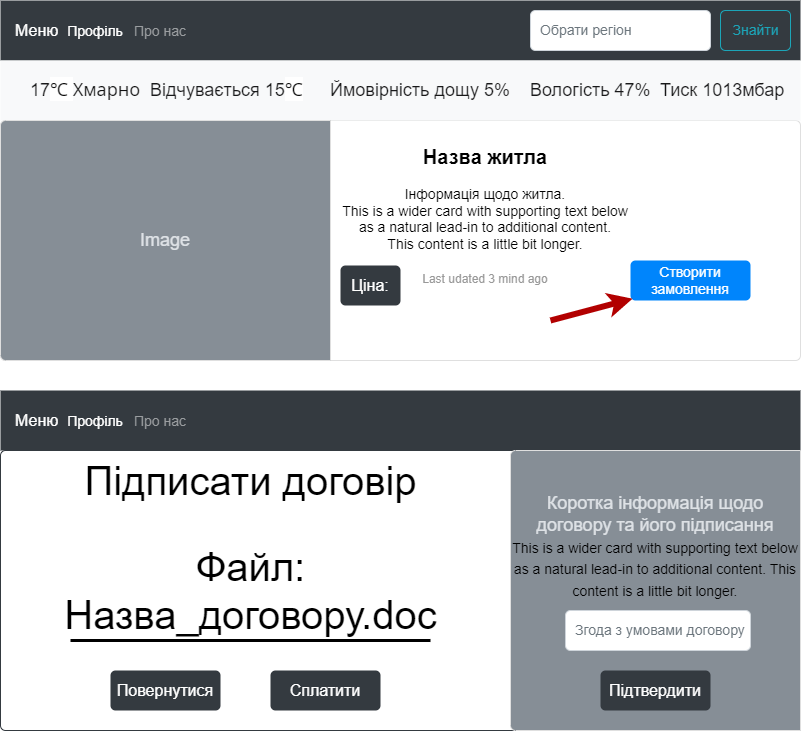
This is 2-SoftwareDesign/2.8-TestCases/NFR2.drawio.png from oleksandrblazhko/ai202-nezhivih, a draw.io export, as it was before one commit. Source tidied: cells renumbered, new cells last; positions are measured from the earlier drawing's top-left corner, leaving out a move shared by most shapes. The source it was exported from:
```xml
<mxGraphModel>
  <root>
    <mxCell id="0" style="html=1;" />
    <mxCell id="1" style="html=1;" parent="0" />
    <mxCell id="2" value="&lt;b&gt;&lt;font style=&quot;font-size: 20px&quot;&gt;Назва житла&lt;/font&gt;&lt;/b&gt;&lt;br&gt;&lt;br&gt;Інформація щодо житла.&lt;br&gt;This is a wider card with supporting text below &lt;br&gt;as a natural lead-in to additional content. &lt;br&gt;This content is a little bit longer.&lt;br&gt;&lt;br&gt;&lt;font style=&quot;font-size: 12px&quot; color=&quot;#999999&quot;&gt;Last udated 3 mind ago&lt;/font&gt;" style="html=1;shadow=0;dashed=0;shape=mxgraph.bootstrap.rrect;rSize=5;strokeColor=#DFDFDF;html=1;whiteSpace=wrap;fillColor=#ffffff;fontColor=#000000;verticalAlign=top;align=center;spacing=20;fontSize=14;spacingLeft=170;" parent="1" vertex="1">
      <mxGeometry y="120" width="800" height="240" as="geometry" />
    </mxCell>
    <mxCell id="3" value="Меню" style="html=1;shadow=0;dashed=0;fillColor=#343A40;strokeColor=none;fontSize=16;fontColor=#ffffff;align=left;spacing=15;" parent="1" vertex="1">
      <mxGeometry width="800" height="60" as="geometry" />
    </mxCell>
    <mxCell id="4" value="Профіль" style="fillColor=none;strokeColor=none;fontSize=14;fontColor=#ffffff;align=center;" parent="3" vertex="1">
      <mxGeometry width="70" height="40" relative="1" as="geometry">
        <mxPoint x="60" y="10" as="offset" />
      </mxGeometry>
    </mxCell>
    <mxCell id="5" value="Про нас" style="fillColor=none;strokeColor=none;fontSize=14;fontColor=#9A9DA0;align=center;" parent="3" vertex="1">
      <mxGeometry width="80" height="40" relative="1" as="geometry">
        <mxPoint x="120" y="10" as="offset" />
      </mxGeometry>
    </mxCell>
    <mxCell id="6" value="Знайти" style="html=1;shadow=0;dashed=0;shape=mxgraph.bootstrap.rrect;rSize=5;fontSize=14;fontColor=#1CA5B8;strokeColor=#1CA5B8;fillColor=none;" parent="3" vertex="1">
      <mxGeometry x="1" width="70" height="40" relative="1" as="geometry">
        <mxPoint x="-80" y="10" as="offset" />
      </mxGeometry>
    </mxCell>
    <mxCell id="7" value="Обрати регіон" style="html=1;shadow=0;dashed=0;shape=mxgraph.bootstrap.rrect;rSize=5;fontSize=14;fontColor=#6C767D;strokeColor=#CED4DA;fillColor=#ffffff;align=left;spacing=10;" parent="3" vertex="1">
      <mxGeometry x="1" width="180" height="40" relative="1" as="geometry">
        <mxPoint x="-270" y="10" as="offset" />
      </mxGeometry>
    </mxCell>
    <mxCell id="8" style="html=1;shadow=0;dashed=0;fillColor=#F8F9FA;strokeColor=none;fontSize=16;fontColor=#7C7C7D;align=right;spacing=15;" parent="1" vertex="1">
      <mxGeometry y="60" width="800" height="60" as="geometry" />
    </mxCell>
    <mxCell id="9" value="&lt;font style=&quot;font-size: 18px;&quot;&gt;17&lt;span style=&quot;background-color: rgb(255, 255, 255); color: rgb(17, 17, 17); font-family: Roboto, &amp;quot;Noto Sans&amp;quot;, sans-serif;&quot;&gt;℃&amp;nbsp;&lt;/span&gt;&lt;font style=&quot;font-size: 18px;&quot; face=&quot;Roboto, Noto Sans, sans-serif&quot; color=&quot;#111111&quot;&gt;Хмарно&lt;/font&gt;&lt;/font&gt;" style="strokeColor=none;html=1;whiteSpace=wrap;fillColor=none;fontColor=#181819;align=left;fontSize=16;spacing=10;" parent="8" vertex="1">
      <mxGeometry width="130" height="40" relative="1" as="geometry">
        <mxPoint x="20" y="10" as="offset" />
      </mxGeometry>
    </mxCell>
    <mxCell id="10" value="&lt;font style=&quot;font-size: 18px;&quot;&gt;Тиск 1013мбар&lt;/font&gt;" style="strokeColor=none;html=1;whiteSpace=wrap;fillColor=none;fontColor=#181819;align=left;fontSize=14;spacing=10;" parent="8" vertex="1">
      <mxGeometry width="150" height="40" relative="1" as="geometry">
        <mxPoint x="650" y="10" as="offset" />
      </mxGeometry>
    </mxCell>
    <mxCell id="11" value="&lt;font style=&quot;font-size: 18px;&quot;&gt;&lt;span style=&quot;color: rgb(24, 24, 25);&quot;&gt;Відчувається 15&lt;/span&gt;&lt;span style=&quot;color: rgb(17, 17, 17); font-family: Roboto, &amp;quot;Noto Sans&amp;quot;, sans-serif; background-color: rgb(255, 255, 255);&quot;&gt;℃&lt;/span&gt;&lt;/font&gt;" style="strokeColor=none;html=1;whiteSpace=wrap;fillColor=none;fontColor=#7C7C7D;align=left;fontSize=14;spacing=10;" parent="8" vertex="1">
      <mxGeometry width="180" height="40" relative="1" as="geometry">
        <mxPoint x="140" y="10" as="offset" />
      </mxGeometry>
    </mxCell>
    <mxCell id="12" value="&lt;span style=&quot;color: rgb(24, 24, 25);&quot;&gt;&lt;font style=&quot;font-size: 18px;&quot;&gt;Ймовірність дощу 5%&lt;/font&gt;&lt;/span&gt;" style="strokeColor=none;html=1;whiteSpace=wrap;fillColor=none;fontColor=#7C7C7D;align=left;fontSize=14;spacing=10;" parent="8" vertex="1">
      <mxGeometry width="200" height="40" relative="1" as="geometry">
        <mxPoint x="320" y="10" as="offset" />
      </mxGeometry>
    </mxCell>
    <mxCell id="13" value="&lt;span style=&quot;color: rgb(24, 24, 25);&quot;&gt;&lt;font style=&quot;font-size: 18px;&quot;&gt;Вологість 47%&lt;/font&gt;&lt;/span&gt;" style="strokeColor=none;html=1;whiteSpace=wrap;fillColor=none;fontColor=#7C7C7D;align=left;fontSize=14;spacing=10;" parent="8" vertex="1">
      <mxGeometry x="520" y="10" width="140" height="40" as="geometry" />
    </mxCell>
    <mxCell id="14" value="Створити замовлення" style="html=1;shadow=0;dashed=0;shape=mxgraph.bootstrap.rrect;rSize=5;perimeter=none;whiteSpace=wrap;fillColor=#0085FC;strokeColor=none;fontColor=#ffffff;fontSize=14;" parent="1" vertex="1">
      <mxGeometry x="630" y="260" width="120" height="40" as="geometry" />
    </mxCell>
    <mxCell id="15" value="Image" style="html=1;shadow=0;dashed=0;shape=mxgraph.bootstrap.leftButton;rSize=5;perimeter=none;whiteSpace=wrap;fillColor=#868E96;strokeColor=#DFDFDF;fontColor=#DEE2E6;fontSize=18;" parent="1" vertex="1">
      <mxGeometry y="120" width="330" height="240" as="geometry" />
    </mxCell>
    <mxCell id="16" value="Ціна:" style="html=1;shadow=0;dashed=0;shape=mxgraph.bootstrap.rrect;rSize=5;strokeColor=none;strokeWidth=1;fillColor=#343A40;fontColor=#ffffff;whiteSpace=wrap;align=center;verticalAlign=middle;spacingLeft=0;fontStyle=0;fontSize=16;spacing=5;" parent="1" vertex="1">
      <mxGeometry x="340" y="265" width="60" height="40" as="geometry" />
    </mxCell>
    <mxCell id="17" value="Меню" style="html=1;shadow=0;dashed=0;fillColor=#343A40;strokeColor=none;fontSize=16;fontColor=#ffffff;align=left;spacing=15;" parent="1" vertex="1">
      <mxGeometry y="390" width="800" height="60" as="geometry" />
    </mxCell>
    <mxCell id="18" value="Профіль" style="fillColor=none;strokeColor=none;fontSize=14;fontColor=#ffffff;align=center;" parent="17" vertex="1">
      <mxGeometry width="70" height="40" relative="1" as="geometry">
        <mxPoint x="60" y="10" as="offset" />
      </mxGeometry>
    </mxCell>
    <mxCell id="19" value="Про нас" style="fillColor=none;strokeColor=none;fontSize=14;fontColor=#9A9DA0;align=center;" parent="17" vertex="1">
      <mxGeometry width="80" height="40" relative="1" as="geometry">
        <mxPoint x="120" y="10" as="offset" />
      </mxGeometry>
    </mxCell>
    <mxCell id="20" style="html=1;shadow=0;dashed=0;shape=mxgraph.bootstrap.rrect;rSize=5;strokeColor=#343A40;strokeWidth=1;fillColor=none;fontColor=#343A40;whiteSpace=wrap;align=center;verticalAlign=middle;spacingLeft=0;fontStyle=0;fontSize=16;spacing=5;" parent="1" vertex="1">
      <mxGeometry y="450" width="800" height="280" as="geometry" />
    </mxCell>
    <mxCell id="21" value="&lt;font style=&quot;font-size: 40px;&quot;&gt;Підписати договір&lt;/font&gt;" style="text;html=1;align=center;verticalAlign=middle;strokeColor=none;fillColor=none;" parent="1" vertex="1">
      <mxGeometry x="70" y="450" width="360" height="60" as="geometry" />
    </mxCell>
    <mxCell id="22" value="Коротка інформація щодо договору та його підписання&lt;br&gt;&lt;span style=&quot;color: rgb(0, 0, 0); font-size: 14px; text-align: left;&quot;&gt;This is a wider card with supporting text below as a natural lead-in to additional content. This content is a little bit longer.&lt;br&gt;&lt;br&gt;&lt;br&gt;&lt;br&gt;&lt;br&gt;&lt;/span&gt;" style="html=1;shadow=0;dashed=0;shape=mxgraph.bootstrap.leftButton;rSize=5;perimeter=none;whiteSpace=wrap;fillColor=#868E96;strokeColor=#DFDFDF;fontColor=#DEE2E6;fontSize=18;" parent="1" vertex="1">
      <mxGeometry x="510" y="450" width="290" height="280" as="geometry" />
    </mxCell>
    <mxCell id="23" value="Файл:&lt;br&gt;Назва_договору.doc" style="text;html=1;align=center;verticalAlign=middle;strokeColor=none;fillColor=none;fontSize=40;" parent="1" vertex="1">
      <mxGeometry x="50" y="535" width="400" height="110" as="geometry" />
    </mxCell>
    <mxCell id="24" value="Повернутися" style="html=1;shadow=0;dashed=0;shape=mxgraph.bootstrap.rrect;rSize=5;strokeColor=none;strokeWidth=1;fillColor=#343A40;fontColor=#ffffff;whiteSpace=wrap;align=center;verticalAlign=middle;spacingLeft=0;fontStyle=0;fontSize=16;spacing=5;" parent="1" vertex="1">
      <mxGeometry x="110" y="670" width="110" height="40" as="geometry" />
    </mxCell>
    <mxCell id="25" value="Сплатити" style="html=1;shadow=0;dashed=0;shape=mxgraph.bootstrap.rrect;rSize=5;strokeColor=none;strokeWidth=1;fillColor=#343A40;fontColor=#ffffff;whiteSpace=wrap;align=center;verticalAlign=middle;spacingLeft=0;fontStyle=0;fontSize=16;spacing=5;" parent="1" vertex="1">
      <mxGeometry x="270" y="670" width="110" height="40" as="geometry" />
    </mxCell>
    <mxCell id="26" style="endArrow=classic;html=1;rounded=0;fontSize=40;entryX=0.017;entryY=0.955;entryDx=0;entryDy=0;entryPerimeter=0;fillColor=#e51400;strokeColor=#B20000;strokeWidth=6;" parent="1" edge="1" target="14">
      <mxGeometry relative="1" as="geometry">
        <mxPoint x="550" y="320" as="sourcePoint" />
      </mxGeometry>
    </mxCell>
    <mxCell id="27" style="endArrow=none;html=1;rounded=0;strokeWidth=3;fontSize=40;" parent="1" edge="1">
      <mxGeometry relative="1" as="geometry">
        <mxPoint x="70" y="640" as="sourcePoint" />
        <mxPoint x="430" y="640" as="targetPoint" />
        <Array as="points">
          <mxPoint x="260" y="640" />
        </Array>
      </mxGeometry>
    </mxCell>
    <mxCell id="28" value="Згода з умовами договору" style="html=1;shadow=0;dashed=0;shape=mxgraph.bootstrap.rrect;rSize=5;fontSize=14;fontColor=#6C767D;strokeColor=#CED4DA;fillColor=#ffffff;align=left;spacing=10;" parent="1" vertex="1">
      <mxGeometry x="565" y="610" width="185" height="40" as="geometry" />
    </mxCell>
    <mxCell id="29" value="Підтвердити" style="html=1;shadow=0;dashed=0;shape=mxgraph.bootstrap.rrect;rSize=5;strokeColor=none;strokeWidth=1;fillColor=#343A40;fontColor=#ffffff;whiteSpace=wrap;align=center;verticalAlign=middle;spacingLeft=0;fontStyle=0;fontSize=16;spacing=5;" parent="1" vertex="1">
      <mxGeometry x="600" y="670" width="110" height="40" as="geometry" />
    </mxCell>
  </root>
</mxGraphModel>
```
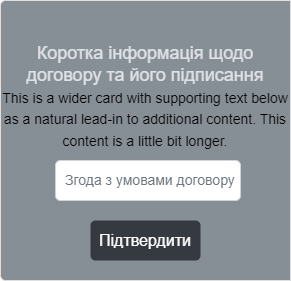
The same file after the commit.

The edit, as a diff of the source:
```diff
@@ -2,112 +2,9 @@
   <root>
     <mxCell id="0" style="html=1;" />
     <mxCell id="1" style="html=1;" parent="0" />
-    <mxCell id="2" value="&lt;b&gt;&lt;font style=&quot;font-size: 20px&quot;&gt;Назва житла&lt;/font&gt;&lt;/b&gt;&lt;br&gt;&lt;br&gt;Інформація щодо житла.&lt;br&gt;This is a wider card with supporting text below &lt;br&gt;as a natural lead-in to additional content. &lt;br&gt;This content is a little bit longer.&lt;br&gt;&lt;br&gt;&lt;font style=&quot;font-size: 12px&quot; color=&quot;#999999&quot;&gt;Last udated 3 mind ago&lt;/font&gt;" style="html=1;shadow=0;dashed=0;shape=mxgraph.bootstrap.rrect;rSize=5;strokeColor=#DFDFDF;html=1;whiteSpace=wrap;fillColor=#ffffff;fontColor=#000000;verticalAlign=top;align=center;spacing=20;fontSize=14;spacingLeft=170;" parent="1" vertex="1">
-      <mxGeometry y="120" width="800" height="240" as="geometry" />
-    </mxCell>
-    <mxCell id="3" value="Меню" style="html=1;shadow=0;dashed=0;fillColor=#343A40;strokeColor=none;fontSize=16;fontColor=#ffffff;align=left;spacing=15;" parent="1" vertex="1">
-      <mxGeometry width="800" height="60" as="geometry" />
-    </mxCell>
-    <mxCell id="4" value="Профіль" style="fillColor=none;strokeColor=none;fontSize=14;fontColor=#ffffff;align=center;" parent="3" vertex="1">
-      <mxGeometry width="70" height="40" relative="1" as="geometry">
-        <mxPoint x="60" y="10" as="offset" />
-      </mxGeometry>
-    </mxCell>
-    <mxCell id="5" value="Про нас" style="fillColor=none;strokeColor=none;fontSize=14;fontColor=#9A9DA0;align=center;" parent="3" vertex="1">
-      <mxGeometry width="80" height="40" relative="1" as="geometry">
-        <mxPoint x="120" y="10" as="offset" />
-      </mxGeometry>
-    </mxCell>
-    <mxCell id="6" value="Знайти" style="html=1;shadow=0;dashed=0;shape=mxgraph.bootstrap.rrect;rSize=5;fontSize=14;fontColor=#1CA5B8;strokeColor=#1CA5B8;fillColor=none;" parent="3" vertex="1">
-      <mxGeometry x="1" width="70" height="40" relative="1" as="geometry">
-        <mxPoint x="-80" y="10" as="offset" />
-      </mxGeometry>
-    </mxCell>
-    <mxCell id="7" value="Обрати регіон" style="html=1;shadow=0;dashed=0;shape=mxgraph.bootstrap.rrect;rSize=5;fontSize=14;fontColor=#6C767D;strokeColor=#CED4DA;fillColor=#ffffff;align=left;spacing=10;" parent="3" vertex="1">
-      <mxGeometry x="1" width="180" height="40" relative="1" as="geometry">
-        <mxPoint x="-270" y="10" as="offset" />
-      </mxGeometry>
-    </mxCell>
-    <mxCell id="8" style="html=1;shadow=0;dashed=0;fillColor=#F8F9FA;strokeColor=none;fontSize=16;fontColor=#7C7C7D;align=right;spacing=15;" parent="1" vertex="1">
-      <mxGeometry y="60" width="800" height="60" as="geometry" />
-    </mxCell>
-    <mxCell id="9" value="&lt;font style=&quot;font-size: 18px;&quot;&gt;17&lt;span style=&quot;background-color: rgb(255, 255, 255); color: rgb(17, 17, 17); font-family: Roboto, &amp;quot;Noto Sans&amp;quot;, sans-serif;&quot;&gt;℃&amp;nbsp;&lt;/span&gt;&lt;font style=&quot;font-size: 18px;&quot; face=&quot;Roboto, Noto Sans, sans-serif&quot; color=&quot;#111111&quot;&gt;Хмарно&lt;/font&gt;&lt;/font&gt;" style="strokeColor=none;html=1;whiteSpace=wrap;fillColor=none;fontColor=#181819;align=left;fontSize=16;spacing=10;" parent="8" vertex="1">
-      <mxGeometry width="130" height="40" relative="1" as="geometry">
-        <mxPoint x="20" y="10" as="offset" />
-      </mxGeometry>
-    </mxCell>
-    <mxCell id="10" value="&lt;font style=&quot;font-size: 18px;&quot;&gt;Тиск 1013мбар&lt;/font&gt;" style="strokeColor=none;html=1;whiteSpace=wrap;fillColor=none;fontColor=#181819;align=left;fontSize=14;spacing=10;" parent="8" vertex="1">
-      <mxGeometry width="150" height="40" relative="1" as="geometry">
-        <mxPoint x="650" y="10" as="offset" />
-      </mxGeometry>
-    </mxCell>
-    <mxCell id="11" value="&lt;font style=&quot;font-size: 18px;&quot;&gt;&lt;span style=&quot;color: rgb(24, 24, 25);&quot;&gt;Відчувається 15&lt;/span&gt;&lt;span style=&quot;color: rgb(17, 17, 17); font-family: Roboto, &amp;quot;Noto Sans&amp;quot;, sans-serif; background-color: rgb(255, 255, 255);&quot;&gt;℃&lt;/span&gt;&lt;/font&gt;" style="strokeColor=none;html=1;whiteSpace=wrap;fillColor=none;fontColor=#7C7C7D;align=left;fontSize=14;spacing=10;" parent="8" vertex="1">
-      <mxGeometry width="180" height="40" relative="1" as="geometry">
-        <mxPoint x="140" y="10" as="offset" />
-      </mxGeometry>
-    </mxCell>
-    <mxCell id="12" value="&lt;span style=&quot;color: rgb(24, 24, 25);&quot;&gt;&lt;font style=&quot;font-size: 18px;&quot;&gt;Ймовірність дощу 5%&lt;/font&gt;&lt;/span&gt;" style="strokeColor=none;html=1;whiteSpace=wrap;fillColor=none;fontColor=#7C7C7D;align=left;fontSize=14;spacing=10;" parent="8" vertex="1">
-      <mxGeometry width="200" height="40" relative="1" as="geometry">
-        <mxPoint x="320" y="10" as="offset" />
-      </mxGeometry>
-    </mxCell>
-    <mxCell id="13" value="&lt;span style=&quot;color: rgb(24, 24, 25);&quot;&gt;&lt;font style=&quot;font-size: 18px;&quot;&gt;Вологість 47%&lt;/font&gt;&lt;/span&gt;" style="strokeColor=none;html=1;whiteSpace=wrap;fillColor=none;fontColor=#7C7C7D;align=left;fontSize=14;spacing=10;" parent="8" vertex="1">
-      <mxGeometry x="520" y="10" width="140" height="40" as="geometry" />
-    </mxCell>
-    <mxCell id="14" value="Створити замовлення" style="html=1;shadow=0;dashed=0;shape=mxgraph.bootstrap.rrect;rSize=5;perimeter=none;whiteSpace=wrap;fillColor=#0085FC;strokeColor=none;fontColor=#ffffff;fontSize=14;" parent="1" vertex="1">
-      <mxGeometry x="630" y="260" width="120" height="40" as="geometry" />
-    </mxCell>
-    <mxCell id="15" value="Image" style="html=1;shadow=0;dashed=0;shape=mxgraph.bootstrap.leftButton;rSize=5;perimeter=none;whiteSpace=wrap;fillColor=#868E96;strokeColor=#DFDFDF;fontColor=#DEE2E6;fontSize=18;" parent="1" vertex="1">
-      <mxGeometry y="120" width="330" height="240" as="geometry" />
-    </mxCell>
-    <mxCell id="16" value="Ціна:" style="html=1;shadow=0;dashed=0;shape=mxgraph.bootstrap.rrect;rSize=5;strokeColor=none;strokeWidth=1;fillColor=#343A40;fontColor=#ffffff;whiteSpace=wrap;align=center;verticalAlign=middle;spacingLeft=0;fontStyle=0;fontSize=16;spacing=5;" parent="1" vertex="1">
-      <mxGeometry x="340" y="265" width="60" height="40" as="geometry" />
-    </mxCell>
-    <mxCell id="17" value="Меню" style="html=1;shadow=0;dashed=0;fillColor=#343A40;strokeColor=none;fontSize=16;fontColor=#ffffff;align=left;spacing=15;" parent="1" vertex="1">
-      <mxGeometry y="390" width="800" height="60" as="geometry" />
-    </mxCell>
-    <mxCell id="18" value="Профіль" style="fillColor=none;strokeColor=none;fontSize=14;fontColor=#ffffff;align=center;" parent="17" vertex="1">
-      <mxGeometry width="70" height="40" relative="1" as="geometry">
-        <mxPoint x="60" y="10" as="offset" />
-      </mxGeometry>
-    </mxCell>
-    <mxCell id="19" value="Про нас" style="fillColor=none;strokeColor=none;fontSize=14;fontColor=#9A9DA0;align=center;" parent="17" vertex="1">
-      <mxGeometry width="80" height="40" relative="1" as="geometry">
-        <mxPoint x="120" y="10" as="offset" />
-      </mxGeometry>
-    </mxCell>
-    <mxCell id="20" style="html=1;shadow=0;dashed=0;shape=mxgraph.bootstrap.rrect;rSize=5;strokeColor=#343A40;strokeWidth=1;fillColor=none;fontColor=#343A40;whiteSpace=wrap;align=center;verticalAlign=middle;spacingLeft=0;fontStyle=0;fontSize=16;spacing=5;" parent="1" vertex="1">
-      <mxGeometry y="450" width="800" height="280" as="geometry" />
-    </mxCell>
-    <mxCell id="21" value="&lt;font style=&quot;font-size: 40px;&quot;&gt;Підписати договір&lt;/font&gt;" style="text;html=1;align=center;verticalAlign=middle;strokeColor=none;fillColor=none;" parent="1" vertex="1">
-      <mxGeometry x="70" y="450" width="360" height="60" as="geometry" />
-    </mxCell>
     <mxCell id="22" value="Коротка інформація щодо договору та його підписання&lt;br&gt;&lt;span style=&quot;color: rgb(0, 0, 0); font-size: 14px; text-align: left;&quot;&gt;This is a wider card with supporting text below as a natural lead-in to additional content. This content is a little bit longer.&lt;br&gt;&lt;br&gt;&lt;br&gt;&lt;br&gt;&lt;br&gt;&lt;/span&gt;" style="html=1;shadow=0;dashed=0;shape=mxgraph.bootstrap.leftButton;rSize=5;perimeter=none;whiteSpace=wrap;fillColor=#868E96;strokeColor=#DFDFDF;fontColor=#DEE2E6;fontSize=18;" parent="1" vertex="1">
       <mxGeometry x="510" y="450" width="290" height="280" as="geometry" />
     </mxCell>
-    <mxCell id="23" value="Файл:&lt;br&gt;Назва_договору.doc" style="text;html=1;align=center;verticalAlign=middle;strokeColor=none;fillColor=none;fontSize=40;" parent="1" vertex="1">
-      <mxGeometry x="50" y="535" width="400" height="110" as="geometry" />
-    </mxCell>
-    <mxCell id="24" value="Повернутися" style="html=1;shadow=0;dashed=0;shape=mxgraph.bootstrap.rrect;rSize=5;strokeColor=none;strokeWidth=1;fillColor=#343A40;fontColor=#ffffff;whiteSpace=wrap;align=center;verticalAlign=middle;spacingLeft=0;fontStyle=0;fontSize=16;spacing=5;" parent="1" vertex="1">
-      <mxGeometry x="110" y="670" width="110" height="40" as="geometry" />
-    </mxCell>
-    <mxCell id="25" value="Сплатити" style="html=1;shadow=0;dashed=0;shape=mxgraph.bootstrap.rrect;rSize=5;strokeColor=none;strokeWidth=1;fillColor=#343A40;fontColor=#ffffff;whiteSpace=wrap;align=center;verticalAlign=middle;spacingLeft=0;fontStyle=0;fontSize=16;spacing=5;" parent="1" vertex="1">
-      <mxGeometry x="270" y="670" width="110" height="40" as="geometry" />
-    </mxCell>
-    <mxCell id="26" style="endArrow=classic;html=1;rounded=0;fontSize=40;entryX=0.017;entryY=0.955;entryDx=0;entryDy=0;entryPerimeter=0;fillColor=#e51400;strokeColor=#B20000;strokeWidth=6;" parent="1" edge="1" target="14">
-      <mxGeometry relative="1" as="geometry">
-        <mxPoint x="550" y="320" as="sourcePoint" />
-      </mxGeometry>
-    </mxCell>
-    <mxCell id="27" style="endArrow=none;html=1;rounded=0;strokeWidth=3;fontSize=40;" parent="1" edge="1">
-      <mxGeometry relative="1" as="geometry">
-        <mxPoint x="70" y="640" as="sourcePoint" />
-        <mxPoint x="430" y="640" as="targetPoint" />
-        <Array as="points">
-          <mxPoint x="260" y="640" />
-        </Array>
-      </mxGeometry>
-    </mxCell>
     <mxCell id="28" value="Згода з умовами договору" style="html=1;shadow=0;dashed=0;shape=mxgraph.bootstrap.rrect;rSize=5;fontSize=14;fontColor=#6C767D;strokeColor=#CED4DA;fillColor=#ffffff;align=left;spacing=10;" parent="1" vertex="1">
       <mxGeometry x="565" y="610" width="185" height="40" as="geometry" />
     </mxCell>
```
